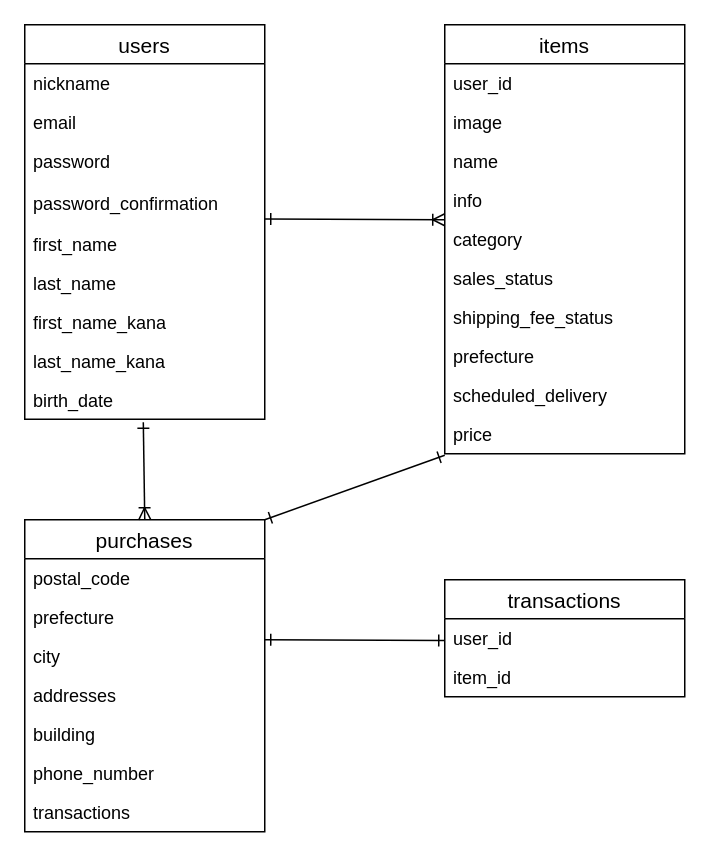
Above: app/models/ER.dio in kentaroupstream/furima-29337 (draw.io), before the change. Source tidied: cells renumbered, new cells numbered last; positions are measured from the earlier drawing's top-left corner, leaving out a move shared by most shapes. Both pictures are drawn from the tidied source at 150%, with x=0, y=0 at pixel (24, 24).
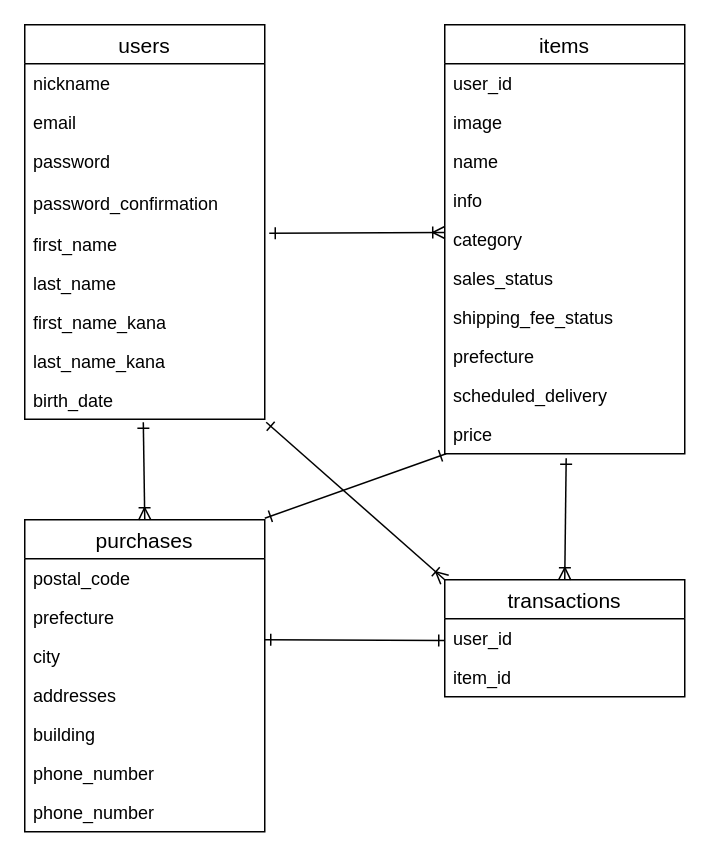
After the change.

Commit message (it also covers changes not shown here):
修正点の修正２

Unchanged cells that the change refers to:
```xml
<mxCell id="11" value="birth_date" style="text;strokeColor=none;fillColor=none;spacingLeft=4;spacingRight=4;overflow=hidden;points=[[0,0.5],[1,0.5]];portConstraint=eastwest;fontSize=12;" parent="2" vertex="1">
  <mxGeometry y="237" width="160" height="26" as="geometry" />
</mxCell>
<mxCell id="14" value="items" style="swimlane;fontStyle=0;horizontal=1;startSize=26;align=center;fontSize=14;" parent="1" vertex="1">
  <mxGeometry x="280" width="160" height="286" as="geometry" />
</mxCell>
<mxCell id="24" value="price" style="text;strokeColor=none;fillColor=none;spacingLeft=4;spacingRight=4;overflow=hidden;points=[[0,0.5],[1,0.5]];portConstraint=eastwest;fontSize=12;" parent="14" vertex="1">
  <mxGeometry y="260" width="160" height="26" as="geometry" />
</mxCell>
<mxCell id="25" value="purchases" style="swimlane;fontStyle=0;horizontal=1;startSize=26;align=center;fontSize=14;" parent="1" vertex="1">
  <mxGeometry y="330" width="160" height="208" as="geometry" />
</mxCell>
<mxCell id="33" value="transactions" style="swimlane;fontStyle=0;horizontal=1;startSize=26;align=center;fontSize=14;" parent="1" vertex="1">
  <mxGeometry x="280" y="370" width="160" height="78" as="geometry" />
</mxCell>
```

Change to the diagram source:
```diff
@@
-    <mxCell id="12" style="endArrow=ERoneToMany;html=1;rounded=0;startArrow=ERone;startFill=0;endFill=0;" parent="1" edge="1">
-      <mxGeometry relative="1" as="geometry">
-        <mxPoint x="160" y="129.5" as="sourcePoint" />
-        <mxPoint x="280" y="130" as="targetPoint" />
-      </mxGeometry>
-    </mxCell>
@@
+    <mxCell id="38" style="endArrow=ERoneToMany;html=1;rounded=0;startArrow=ERone;startFill=0;endFill=0;entryX=1;entryY=0;entryDx=0;entryDy=0;" parent="14" edge="1">
+      <mxGeometry relative="1" as="geometry">
+        <mxPoint x="-117" y="139" as="sourcePoint" />
+        <mxPoint y="138.5" as="targetPoint" />
+      </mxGeometry>
+    </mxCell>
@@
-    <mxCell id="32" value="transactions" style="text;strokeColor=none;fillColor=none;spacingLeft=4;spacingRight=4;overflow=hidden;fontSize=12;" parent="25" vertex="1">
+    <mxCell id="32" value="phone_number" style="text;strokeColor=none;fillColor=none;spacingLeft=4;spacingRight=4;overflow=hidden;fontSize=12;" parent="25" vertex="1">
       <mxGeometry y="182" width="160" height="26" as="geometry" />
     </mxCell>
@@
-    <mxCell id="37" style="endArrow=ERone;html=1;rounded=0;startArrow=ERone;startFill=0;endFill=0;entryX=0;entryY=1.038;entryDx=0;entryDy=0;entryPerimeter=0;" parent="1" edge="1" target="24">
-      <mxGeometry relative="1" as="geometry">
-        <mxPoint x="160" y="330" as="sourcePoint" />
-      </mxGeometry>
-    </mxCell>
+    <mxCell id="39" style="endArrow=ERoneToMany;html=1;rounded=0;startArrow=ERone;startFill=0;endFill=0;exitX=1.006;exitY=1.077;exitDx=0;exitDy=0;exitPerimeter=0;entryX=0;entryY=0;entryDx=0;entryDy=0;" parent="1" edge="1" source="11" target="33">
+      <mxGeometry relative="1" as="geometry" />
+    </mxCell>
+    <mxCell id="40" style="endArrow=ERoneToMany;html=1;rounded=0;startArrow=ERone;startFill=0;endFill=0;exitX=0.506;exitY=1.115;exitDx=0;exitDy=0;exitPerimeter=0;entryX=0.5;entryY=0;entryDx=0;entryDy=0;" parent="1" edge="1" source="24" target="33">
+      <mxGeometry relative="1" as="geometry" />
+    </mxCell>
+    <mxCell id="41" style="endArrow=ERone;html=1;rounded=0;startArrow=ERone;startFill=0;endFill=0;entryX=0.006;entryY=1;entryDx=0;entryDy=0;entryPerimeter=0;" parent="1" edge="1" target="24">
+      <mxGeometry relative="1" as="geometry">
+        <mxPoint x="160" y="329" as="sourcePoint" />
+      </mxGeometry>
+    </mxCell>
```
